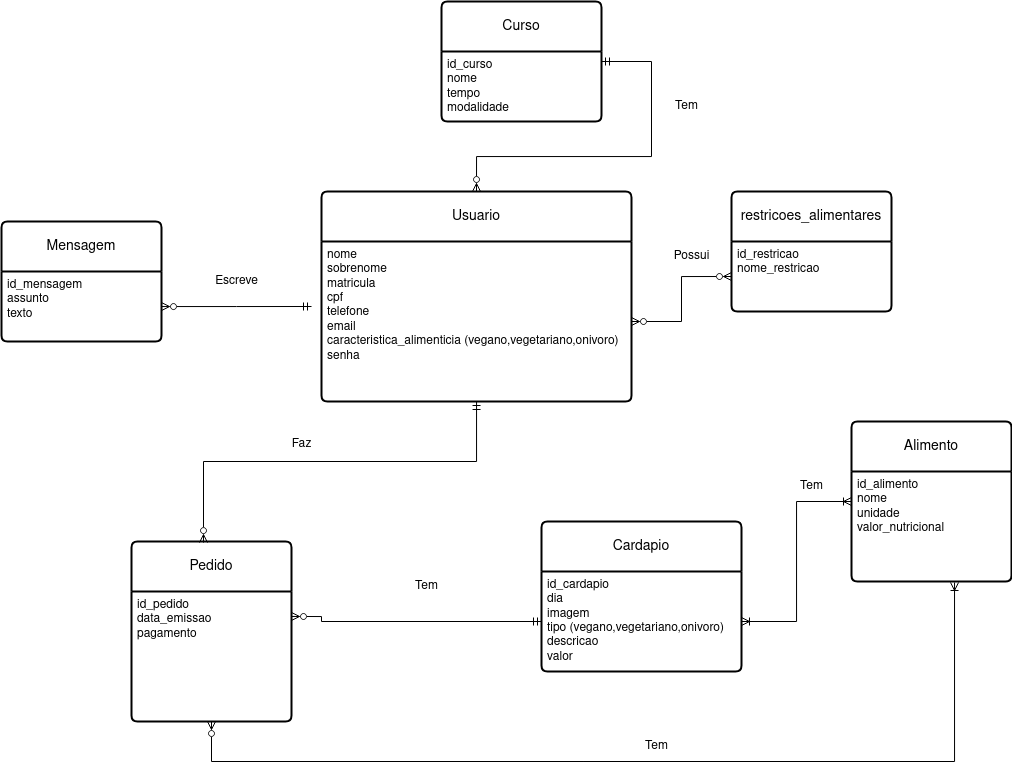
Above: Modelo_DB/modelo_conceitual2.drawio.png in RaissonGitHub/Bandeijao_IFRS (draw.io), before the change. Source tidied: cells renumbered, new cells last; positions are measured from the earlier drawing's top-left corner, leaving out a move shared by most shapes.
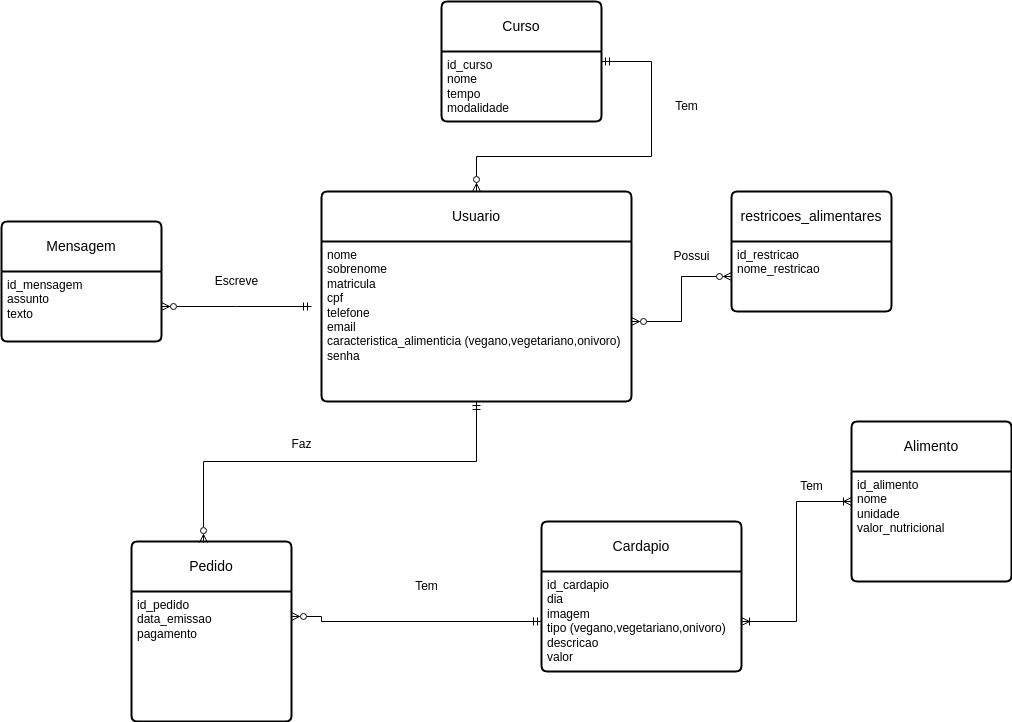
Later version of the same file.

Change to the diagram source:
```diff
@@ -77,17 +77,6 @@
     <mxCell id="23" value="Tem" style="text;html=1;align=center;verticalAlign=middle;strokeColor=none;fillColor=none;" parent="1" vertex="1">
       <mxGeometry x="660" y="90" width="50" height="30" as="geometry" />
     </mxCell>
-    <mxCell id="24" style="edgeStyle=orthogonalEdgeStyle;rounded=0;jettySize=auto;html=1;entryX=0.644;entryY=1.009;entryDx=0;entryDy=0;entryPerimeter=0;endArrow=ERoneToMany;endFill=0;startArrow=ERzeroToMany;startFill=0;" parent="1" edge="1" source="7" target="10">
-      <mxGeometry relative="1" as="geometry">
-        <Array as="points">
-          <mxPoint x="210" y="760" />
-          <mxPoint x="953" y="760" />
-        </Array>
-      </mxGeometry>
-    </mxCell>
-    <mxCell id="25" value="Tem" style="text;html=1;align=center;verticalAlign=middle;strokeColor=none;fillColor=none;" parent="1" vertex="1">
-      <mxGeometry x="630" y="730" width="50" height="30" as="geometry" />
-    </mxCell>
     <mxCell id="26" value="Mensagem" style="swimlane;horizontal=1;startSize=50;rounded=1;fontSize=14;fontStyle=0;strokeWidth=2;shadow=0;dashed=0;align=center;arcSize=4;whiteSpace=wrap;html=1;" parent="1" vertex="1">
       <mxGeometry y="220" width="160" height="120" as="geometry" />
     </mxCell>
```
